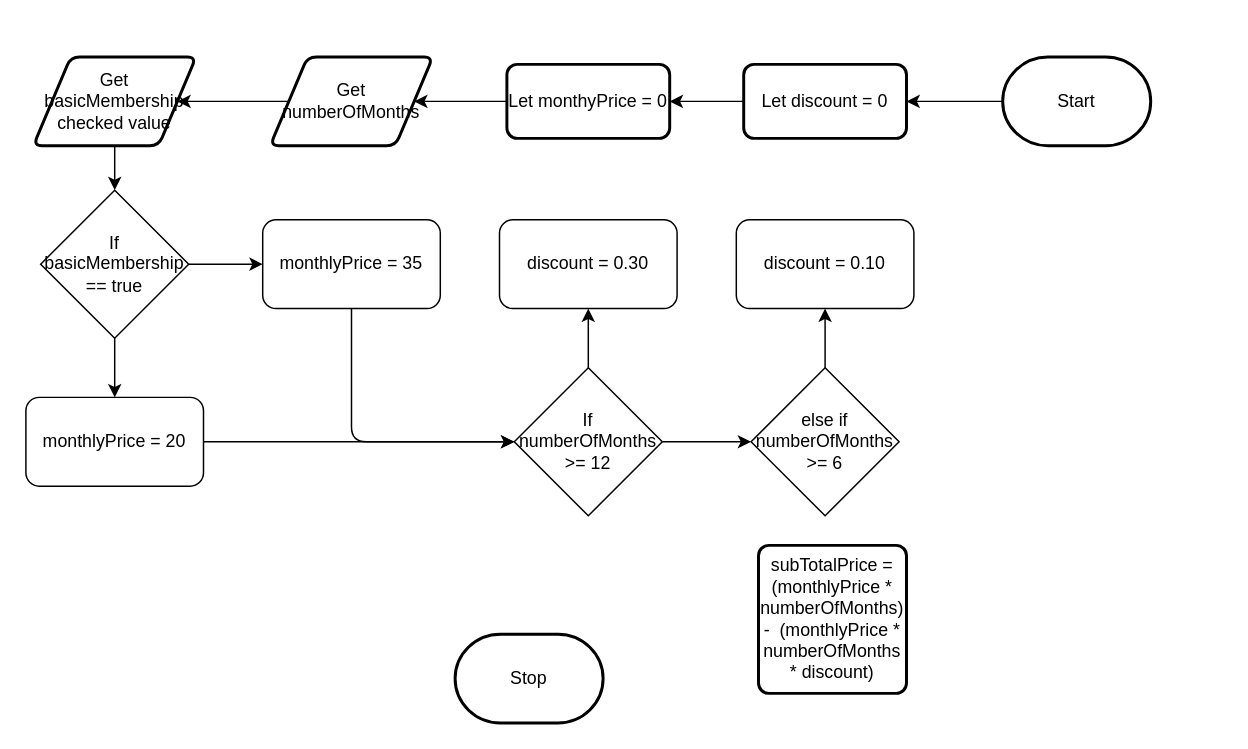
The draw.io diagram design/flowchart.drawio in MTHS-ICD2O-1-2024/ICD2O-Assignment-04-Aimar-Fernandez, before the edit. Source tidied: cells renumbered, new cells numbered last; positions are measured from the earlier drawing's top-left corner, leaving out a move shared by most shapes. Both pictures are drawn from the tidied source at 148%, with x=0, y=0 at pixel (25, 56).
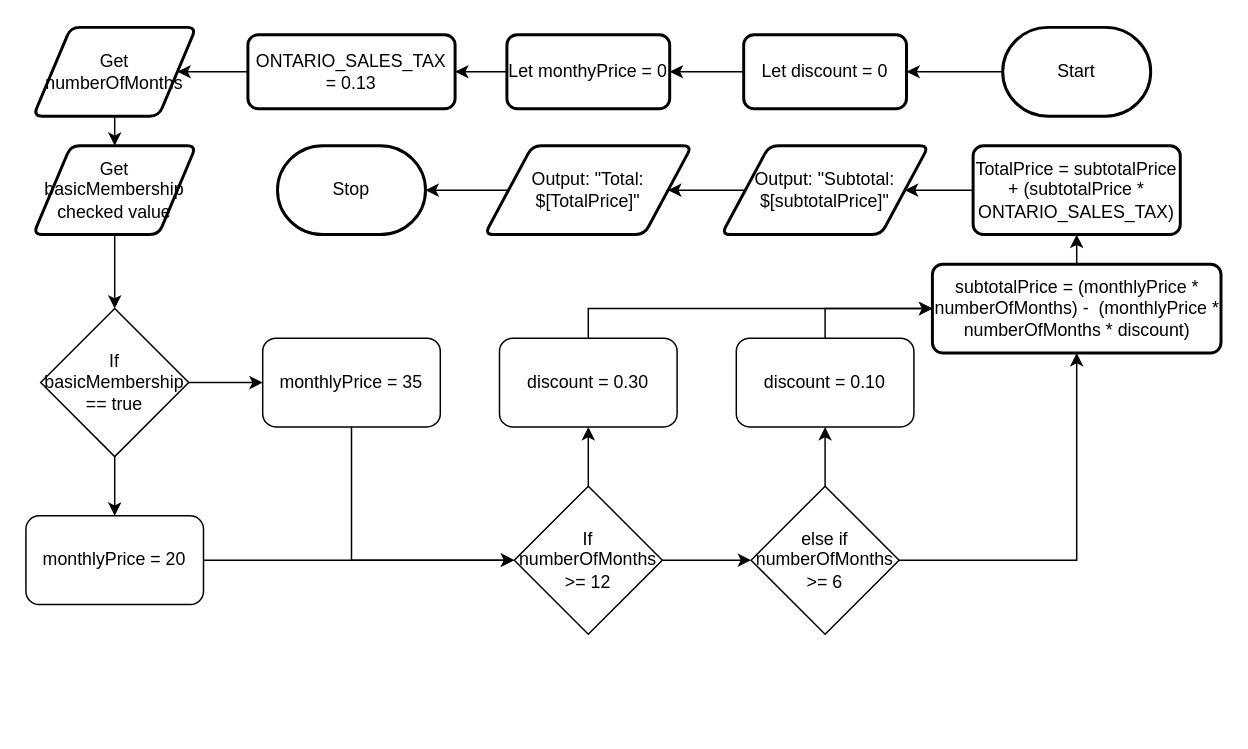
The same page after the edit.

Diff of the diagram source:
```diff
@@
     <mxCell id="3" value="Start" style="strokeWidth=2;html=1;shape=mxgraph.flowchart.terminator;whiteSpace=wrap;" parent="1" vertex="1">
-      <mxGeometry x="660" width="100" height="60" as="geometry" />
+      <mxGeometry x="660" y="-20" width="100" height="60" as="geometry" />
     </mxCell>
     <mxCell id="4" value="Stop" style="strokeWidth=2;html=1;shape=mxgraph.flowchart.terminator;whiteSpace=wrap;" parent="1" vertex="1">
-      <mxGeometry x="290" y="390" width="100" height="60" as="geometry" />
+      <mxGeometry x="170" y="60" width="100" height="60" as="geometry" />
     </mxCell>
-    <mxCell id="5" style="edgeStyle=none;html=1;entryX=1;entryY=0.5;entryDx=0;entryDy=0;" parent="1" edge="1" source="6" target="8">
+    <mxCell id="5" style="edgeStyle=none;html=1;entryX=0.5;entryY=0;entryDx=0;entryDy=0;" parent="1" edge="1" source="6" target="8">
       <mxGeometry relative="1" as="geometry" />
     </mxCell>
     <mxCell id="6" value="Get numberOfMonths" style="shape=parallelogram;html=1;strokeWidth=2;perimeter=parallelogramPerimeter;whiteSpace=wrap;rounded=1;arcSize=12;size=0.23;" parent="1" vertex="1">
-      <mxGeometry x="165" width="110" height="60" as="geometry" />
+      <mxGeometry x="5" y="-20" width="110" height="60" as="geometry" />
     </mxCell>
@@
     <mxCell id="8" value="Get basicMembership checked value" style="shape=parallelogram;html=1;strokeWidth=2;perimeter=parallelogramPerimeter;whiteSpace=wrap;rounded=1;arcSize=12;size=0.23;" parent="1" vertex="1">
-      <mxGeometry x="5" width="110" height="60" as="geometry" />
+      <mxGeometry x="5" y="60" width="110" height="60" as="geometry" />
     </mxCell>
@@
     <mxCell id="11" value="If&lt;div&gt;basicMembership == true&lt;/div&gt;" style="rhombus;whiteSpace=wrap;html=1;" parent="1" vertex="1">
-      <mxGeometry x="10" y="90" width="100" height="100" as="geometry" />
+      <mxGeometry x="10" y="170" width="100" height="100" as="geometry" />
     </mxCell>
-    <mxCell id="12" style="edgeStyle=none;html=1;entryX=1;entryY=0.5;entryDx=0;entryDy=0;" parent="1" edge="1" source="13" target="6">
-      <mxGeometry relative="1" as="geometry" />
-    </mxCell>
+    <mxCell id="28" style="edgeStyle=none;html=1;entryX=1;entryY=0.5;entryDx=0;entryDy=0;" parent="1" edge="1" source="13" target="34">
+      <mxGeometry relative="1" as="geometry" />
+    </mxCell>
     <mxCell id="13" value="Let monthyPrice = 0" style="rounded=1;whiteSpace=wrap;html=1;absoluteArcSize=1;arcSize=14;strokeWidth=2;" parent="1" vertex="1">
-      <mxGeometry x="325" y="5" width="110" height="50" as="geometry" />
+      <mxGeometry x="325" y="-15" width="110" height="50" as="geometry" />
     </mxCell>
@@
     <mxCell id="15" value="monthlyPrice = 20" style="rounded=1;whiteSpace=wrap;html=1;" parent="1" vertex="1">
-      <mxGeometry y="230" width="120" height="60" as="geometry" />
+      <mxGeometry y="310" width="120" height="60" as="geometry" />
     </mxCell>
-    <mxCell id="16" style="edgeStyle=orthogonalEdgeStyle;html=1;entryX=0;entryY=0.5;entryDx=0;entryDy=0;" parent="1" edge="1" source="17" target="20">
+    <mxCell id="16" style="edgeStyle=orthogonalEdgeStyle;html=1;entryX=0;entryY=0.5;entryDx=0;entryDy=0;rounded=0;curved=0;" parent="1" edge="1" source="17" target="20">
       <mxGeometry relative="1" as="geometry">
         <Array as="points">
-          <mxPoint x="220" y="260" />
+          <mxPoint x="220" y="340" />
         </Array>
       </mxGeometry>
     </mxCell>
     <mxCell id="17" value="monthlyPrice = 35" style="rounded=1;whiteSpace=wrap;html=1;" parent="1" vertex="1">
-      <mxGeometry x="160" y="110" width="120" height="60" as="geometry" />
+      <mxGeometry x="160" y="190" width="120" height="60" as="geometry" />
     </mxCell>
@@
     <mxCell id="20" value="If&lt;div&gt;numberOfMonths &amp;gt;= 12&lt;/div&gt;" style="rhombus;whiteSpace=wrap;html=1;" parent="1" vertex="1">
-      <mxGeometry x="330" y="210" width="100" height="100" as="geometry" />
+      <mxGeometry x="330" y="290" width="100" height="100" as="geometry" />
     </mxCell>
@@
     <mxCell id="22" value="Let discount = 0" style="rounded=1;whiteSpace=wrap;html=1;absoluteArcSize=1;arcSize=14;strokeWidth=2;" parent="1" vertex="1">
-      <mxGeometry x="485" y="5" width="110" height="50" as="geometry" />
+      <mxGeometry x="485" y="-15" width="110" height="50" as="geometry" />
     </mxCell>
+    <mxCell id="29" style="edgeStyle=orthogonalEdgeStyle;html=1;entryX=0;entryY=0.5;entryDx=0;entryDy=0;rounded=0;curved=0;" parent="1" edge="1" source="23" target="27">
+      <mxGeometry relative="1" as="geometry">
+        <Array as="points">
+          <mxPoint x="380" y="170" />
+        </Array>
+      </mxGeometry>
+    </mxCell>
     <mxCell id="23" value="discount = 0.30" style="rounded=1;whiteSpace=wrap;html=1;" parent="1" vertex="1">
-      <mxGeometry x="320" y="110" width="120" height="60" as="geometry" />
+      <mxGeometry x="320" y="190" width="120" height="60" as="geometry" />
     </mxCell>
@@
+    <mxCell id="30" style="edgeStyle=orthogonalEdgeStyle;html=1;entryX=0.5;entryY=1;entryDx=0;entryDy=0;rounded=0;curved=0;" parent="1" edge="1" source="25" target="27">
+      <mxGeometry relative="1" as="geometry" />
+    </mxCell>
     <mxCell id="25" value="else if&lt;br&gt;&lt;div&gt;numberOfMonths &amp;gt;= 6&lt;/div&gt;" style="rhombus;whiteSpace=wrap;html=1;" parent="1" vertex="1">
-      <mxGeometry x="490" y="210" width="100" height="100" as="geometry" />
+      <mxGeometry x="490" y="290" width="100" height="100" as="geometry" />
     </mxCell>
+    <mxCell id="31" style="edgeStyle=orthogonalEdgeStyle;html=1;entryX=0;entryY=0.5;entryDx=0;entryDy=0;rounded=0;curved=0;" parent="1" edge="1" source="26" target="27">
+      <mxGeometry relative="1" as="geometry">
+        <Array as="points">
+          <mxPoint x="540" y="170" />
+        </Array>
+      </mxGeometry>
+    </mxCell>
     <mxCell id="26" value="discount = 0.10" style="rounded=1;whiteSpace=wrap;html=1;" parent="1" vertex="1">
-      <mxGeometry x="480" y="110" width="120" height="60" as="geometry" />
+      <mxGeometry x="480" y="190" width="120" height="60" as="geometry" />
     </mxCell>
+    <mxCell id="32" style="edgeStyle=none;html=1;entryX=0.5;entryY=1;entryDx=0;entryDy=0;" parent="1" edge="1" source="27" target="40">
+      <mxGeometry relative="1" as="geometry" />
+    </mxCell>
-    <mxCell id="27" value="subTotalPrice = (monthlyPrice * numberOfMonths) -&amp;nbsp;&amp;nbsp;&lt;span style=&quot;color: rgb(0, 0, 0);&quot;&gt;(monthlyPrice * numberOfMonths * discount)&lt;/span&gt;" style="rounded=1;whiteSpace=wrap;html=1;absoluteArcSize=1;arcSize=14;strokeWidth=2;" parent="1" vertex="1">
-      <mxGeometry x="495" y="330" width="100" height="100" as="geometry" />
+    <mxCell id="27" value="subtotalPrice = (monthlyPrice * numberOfMonths) -&amp;nbsp;&amp;nbsp;&lt;span style=&quot;color: rgb(0, 0, 0);&quot;&gt;(monthlyPrice * numberOfMonths * discount)&lt;/span&gt;" style="rounded=1;whiteSpace=wrap;html=1;absoluteArcSize=1;arcSize=14;strokeWidth=2;" parent="1" vertex="1">
+      <mxGeometry x="612.5" y="140" width="195" height="60" as="geometry" />
     </mxCell>
+    <mxCell id="33" style="edgeStyle=none;html=1;entryX=1;entryY=0.5;entryDx=0;entryDy=0;" parent="1" edge="1" source="34" target="6">
+      <mxGeometry relative="1" as="geometry" />
+    </mxCell>
+    <mxCell id="34" value="ONTARIO_SALES_TAX = 0.13" style="rounded=1;whiteSpace=wrap;html=1;absoluteArcSize=1;arcSize=14;strokeWidth=2;" parent="1" vertex="1">
+      <mxGeometry x="150" y="-15" width="140" height="50" as="geometry" />
+    </mxCell>
+    <mxCell id="35" style="edgeStyle=none;html=1;" parent="1" edge="1" source="36" target="38">
+      <mxGeometry relative="1" as="geometry" />
+    </mxCell>
+    <mxCell id="36" value="Output: &quot;Subtotal: $[subtotalPrice]&quot;" style="shape=parallelogram;html=1;strokeWidth=2;perimeter=parallelogramPerimeter;whiteSpace=wrap;rounded=1;arcSize=12;size=0.23;" parent="1" vertex="1">
+      <mxGeometry x="470" y="60" width="140" height="60" as="geometry" />
+    </mxCell>
+    <mxCell id="37" style="edgeStyle=none;html=1;" parent="1" edge="1" source="38" target="4">
+      <mxGeometry relative="1" as="geometry" />
+    </mxCell>
+    <mxCell id="38" value="Output: &quot;Total: $[TotalPrice]&quot;" style="shape=parallelogram;html=1;strokeWidth=2;perimeter=parallelogramPerimeter;whiteSpace=wrap;rounded=1;arcSize=12;size=0.23;" parent="1" vertex="1">
+      <mxGeometry x="310" y="60" width="140" height="60" as="geometry" />
+    </mxCell>
+    <mxCell id="39" style="edgeStyle=none;html=1;" parent="1" edge="1" source="40" target="36">
+      <mxGeometry relative="1" as="geometry" />
+    </mxCell>
+    <mxCell id="40" value="TotalPrice = subtotalPrice + (subtotalPrice * ONTARIO_SALES_TAX)" style="rounded=1;whiteSpace=wrap;html=1;absoluteArcSize=1;arcSize=14;strokeWidth=2;" parent="1" vertex="1">
+      <mxGeometry x="640" y="60" width="140" height="60" as="geometry" />
+    </mxCell>
```
